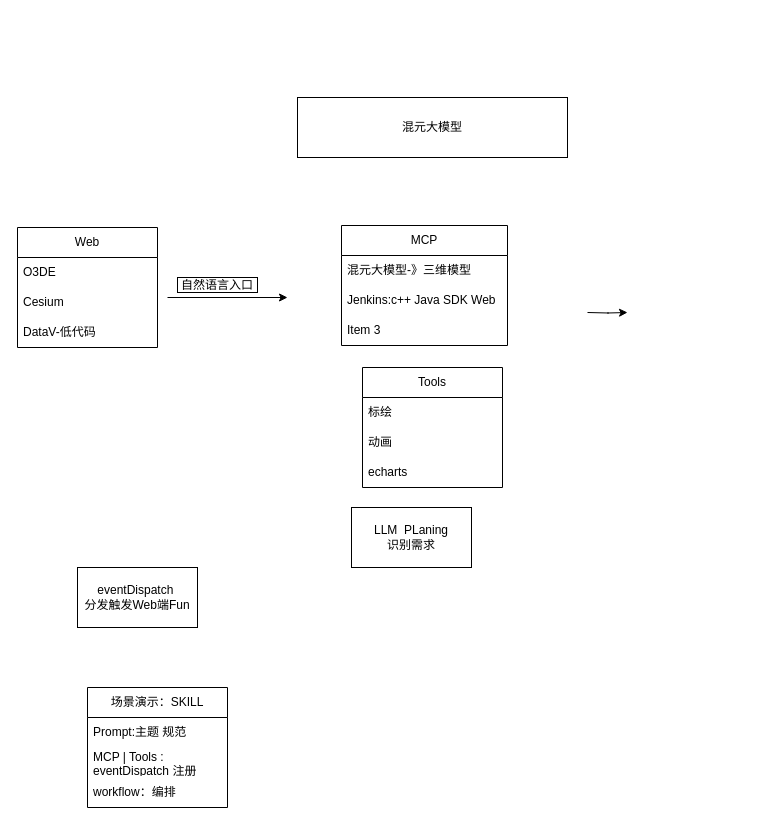
The draw.io diagram Web端项目AI升级通用架构图.drawio in atrulekeep/draw, before the edit. Source tidied: cells renumbered, new cells numbered last; positions are measured from the earlier drawing's top-left corner, leaving out a move shared by most shapes. Both pictures are drawn from the tidied source at 100%, with x=0, y=0 at pixel (17, 97).
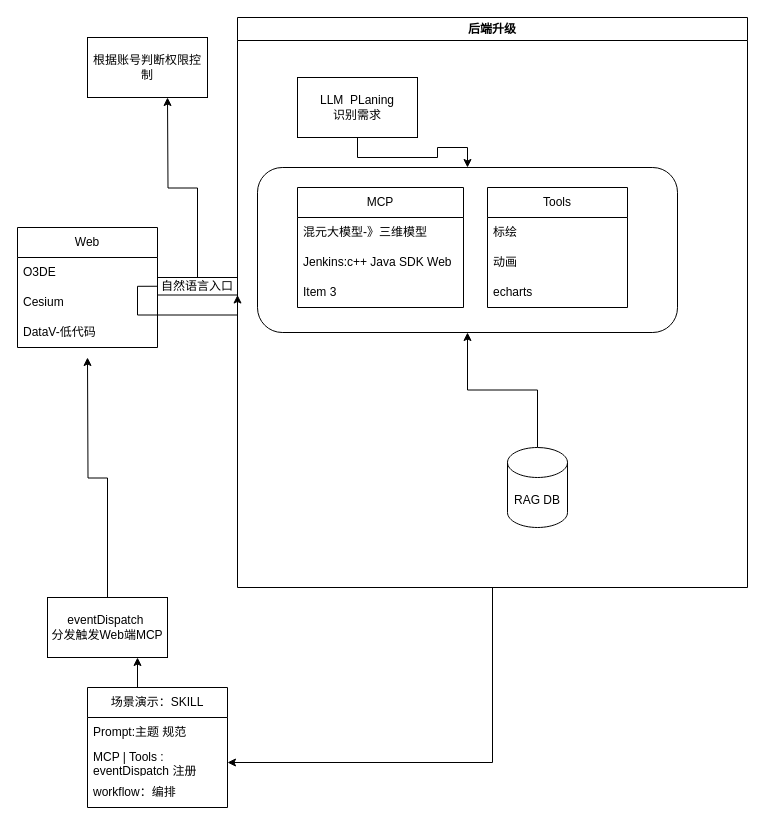
After the change.

Commit message:
更新Web端项目AI升级通用架构图.drawio

What changed in the source:
```diff
@@
-    <mxCell id="6" style="endArrow=classic;html=1;rounded=0;" parent="1" edge="1">
-      <mxGeometry relative="1" as="geometry">
-        <mxPoint x="150" y="200" as="sourcePoint" />
-        <mxPoint x="270" y="200" as="targetPoint" />
-      </mxGeometry>
-    </mxCell>
+    <mxCell id="24" style="edgeStyle=orthogonalEdgeStyle;rounded=0;jettySize=auto;html=1;" parent="1" edge="1" source="7">
+      <mxGeometry relative="1" as="geometry">
+        <mxPoint x="150" as="targetPoint" />
+      </mxGeometry>
+    </mxCell>
     <mxCell id="7" value="自然语言入口" style="whiteSpace=wrap;html=1;" parent="1" vertex="1">
-      <mxGeometry x="160" y="180" width="80" height="15" as="geometry" />
+      <mxGeometry x="140" y="180" width="80" height="17.5" as="geometry" />
     </mxCell>
-    <mxCell id="8" style="edgeStyle=orthogonalEdgeStyle;rounded=0;orthogonalLoop=1;jettySize=auto;html=1;" parent="1" edge="1">
-      <mxGeometry relative="1" as="geometry">
-        <mxPoint x="570" y="215" as="sourcePoint" />
-        <mxPoint x="610" y="215" as="targetPoint" />
-      </mxGeometry>
-    </mxCell>
-    <mxCell id="9" value="混元大模型" style="rounded=0;whiteSpace=wrap;html=1;" parent="1" vertex="1">
-      <mxGeometry x="280" width="270" height="60" as="geometry" />
-    </mxCell>
+    <mxCell id="25" style="edgeStyle=orthogonalEdgeStyle;rounded=0;jettySize=auto;html=1;" parent="1" edge="1" source="18">
+      <mxGeometry relative="1" as="geometry">
+        <mxPoint x="70" y="260" as="targetPoint" />
+      </mxGeometry>
+    </mxCell>
+    <mxCell id="18" value="eventDispatch&amp;nbsp;&lt;div&gt;分发触发Web端MCP&lt;/div&gt;" style="rounded=0;whiteSpace=wrap;html=1;" parent="1" vertex="1">
+      <mxGeometry x="30" y="500" width="120" height="60" as="geometry" />
+    </mxCell>
+    <mxCell id="26" style="edgeStyle=orthogonalEdgeStyle;rounded=0;jettySize=auto;html=1;exitX=0.5;exitY=0;exitDx=0;exitDy=0;entryX=0.75;entryY=1;entryDx=0;entryDy=0;" parent="1" edge="1" source="19" target="18">
+      <mxGeometry relative="1" as="geometry" />
+    </mxCell>
+    <mxCell id="19" value="场景演示：SKILL" style="swimlane;fontStyle=0;horizontal=1;startSize=30;whiteSpace=wrap;html=1;" parent="1" vertex="1">
+      <mxGeometry x="70" y="590" width="140" height="120" as="geometry" />
+    </mxCell>
+    <mxCell id="20" value="Prompt:主题 规范" style="text;strokeColor=none;fillColor=none;align=left;verticalAlign=middle;spacingLeft=4;spacingRight=4;overflow=hidden;whiteSpace=wrap;html=1;" parent="19" vertex="1">
+      <mxGeometry y="30" width="140" height="30" as="geometry" />
+    </mxCell>
+    <mxCell id="21" value="MCP | Tools : eventDispatch 注册" style="text;strokeColor=none;fillColor=none;align=left;verticalAlign=middle;spacingLeft=4;spacingRight=4;overflow=hidden;points=[[0,0.5],[1,0.5]];portConstraint=eastwest;whiteSpace=wrap;html=1;" parent="19" vertex="1">
+      <mxGeometry y="60" width="140" height="30" as="geometry" />
+    </mxCell>
+    <mxCell id="22" value="workflow：编排" style="text;strokeColor=none;fillColor=none;align=left;verticalAlign=middle;spacingLeft=4;spacingRight=4;overflow=hidden;whiteSpace=wrap;html=1;" parent="19" vertex="1">
+      <mxGeometry y="90" width="140" height="30" as="geometry" />
+    </mxCell>
+    <mxCell id="27" style="edgeStyle=orthogonalEdgeStyle;rounded=0;jettySize=auto;html=1;entryX=1;entryY=0.5;entryDx=0;entryDy=0;" parent="1" edge="1" source="28" target="21">
+      <mxGeometry relative="1" as="geometry" />
+    </mxCell>
+    <mxCell id="28" value="后端升级" style="swimlane;whiteSpace=wrap;html=1;" parent="1" vertex="1">
+      <mxGeometry x="220" y="-80" width="510" height="570" as="geometry" />
+    </mxCell>
+    <mxCell id="29" style="rounded=1;whiteSpace=wrap;html=1;fillColor=none;" parent="28" vertex="1">
+      <mxGeometry x="20" y="150" width="420" height="165" as="geometry" />
+    </mxCell>
+    <mxCell id="30" style="edgeStyle=orthogonalEdgeStyle;rounded=0;jettySize=auto;html=1;entryX=0.5;entryY=0;entryDx=0;entryDy=0;" parent="28" edge="1" source="23" target="29">
+      <mxGeometry relative="1" as="geometry" />
+    </mxCell>
+    <mxCell id="23" value="LLM&amp;nbsp; PLaning&lt;div&gt;识别需求&lt;/div&gt;" style="rounded=0;whiteSpace=wrap;html=1;" parent="28" vertex="1">
+      <mxGeometry x="60" y="60" width="120" height="60" as="geometry" />
+    </mxCell>
-    <mxCell id="10" value="MCP" style="swimlane;fontStyle=0;horizontal=1;startSize=30;whiteSpace=wrap;html=1;" parent="1" vertex="1">
-      <mxGeometry x="324" y="128" width="166" height="120" as="geometry" />
+    <mxCell id="10" value="MCP" style="swimlane;fontStyle=0;horizontal=1;startSize=30;whiteSpace=wrap;html=1;" parent="28" vertex="1">
+      <mxGeometry x="60" y="170" width="166" height="120" as="geometry" />
     </mxCell>
@@
-    <mxCell id="14" value="Tools" style="swimlane;fontStyle=0;horizontal=1;startSize=30;whiteSpace=wrap;html=1;" parent="1" vertex="1">
-      <mxGeometry x="345" y="270" width="140" height="120" as="geometry" />
+    <mxCell id="14" value="Tools" style="swimlane;fontStyle=0;horizontal=1;startSize=30;whiteSpace=wrap;html=1;" parent="28" vertex="1">
+      <mxGeometry x="250" y="170" width="140" height="120" as="geometry" />
     </mxCell>
@@
-    <mxCell id="18" value="eventDispatch&amp;nbsp;&lt;div&gt;分发触发Web端Fun&lt;/div&gt;" style="rounded=0;whiteSpace=wrap;html=1;" parent="1" vertex="1">
-      <mxGeometry x="60" y="470" width="120" height="60" as="geometry" />
-    </mxCell>
-    <mxCell id="19" value="场景演示：SKILL" style="swimlane;fontStyle=0;horizontal=1;startSize=30;whiteSpace=wrap;html=1;" parent="1" vertex="1">
-      <mxGeometry x="70" y="590" width="140" height="120" as="geometry" />
-    </mxCell>
-    <mxCell id="20" value="Prompt:主题 规范" style="text;strokeColor=none;fillColor=none;align=left;verticalAlign=middle;spacingLeft=4;spacingRight=4;overflow=hidden;whiteSpace=wrap;html=1;" parent="19" vertex="1">
-      <mxGeometry y="30" width="140" height="30" as="geometry" />
-    </mxCell>
-    <mxCell id="21" value="MCP | Tools : eventDispatch 注册" style="text;strokeColor=none;fillColor=none;align=left;verticalAlign=middle;spacingLeft=4;spacingRight=4;overflow=hidden;points=[[0,0.5],[1,0.5]];portConstraint=eastwest;whiteSpace=wrap;html=1;" parent="19" vertex="1">
-      <mxGeometry y="60" width="140" height="30" as="geometry" />
-    </mxCell>
-    <mxCell id="22" value="workflow：编排" style="text;strokeColor=none;fillColor=none;align=left;verticalAlign=middle;spacingLeft=4;spacingRight=4;overflow=hidden;whiteSpace=wrap;html=1;" parent="19" vertex="1">
-      <mxGeometry y="90" width="140" height="30" as="geometry" />
-    </mxCell>
-    <mxCell id="23" value="LLM&amp;nbsp; PLaning&lt;div&gt;识别需求&lt;/div&gt;" style="rounded=0;whiteSpace=wrap;html=1;" parent="1" vertex="1">
-      <mxGeometry x="334" y="410" width="120" height="60" as="geometry" />
-    </mxCell>
+    <mxCell id="31" style="edgeStyle=orthogonalEdgeStyle;rounded=0;jettySize=auto;html=1;entryX=0.5;entryY=1;entryDx=0;entryDy=0;" parent="28" edge="1" source="32" target="29">
+      <mxGeometry relative="1" as="geometry" />
+    </mxCell>
+    <mxCell id="32" value="RAG DB" style="shape=cylinder3;whiteSpace=wrap;html=1;boundedLbl=1;backgroundOutline=1;size=15;" parent="28" vertex="1">
+      <mxGeometry x="270" y="430" width="60" height="80" as="geometry" />
+    </mxCell>
+    <mxCell id="33" style="edgeStyle=orthogonalEdgeStyle;rounded=0;orthogonalLoop=1;jettySize=auto;html=1;innerLoopWaypoints=1;exitX=0;exitY=0.5;exitDx=0;exitDy=0;entryX=1;entryY=1;entryDx=0;entryDy=0;" parent="1" edge="1" source="7" target="7">
+      <mxGeometry relative="1" as="geometry" />
+    </mxCell>
+    <mxCell id="34" value="根据账号判断权限控制" style="rounded=0;whiteSpace=wrap;html=1;" parent="1" vertex="1">
+      <mxGeometry x="70" y="-60" width="120" height="60" as="geometry" />
+    </mxCell>
```
